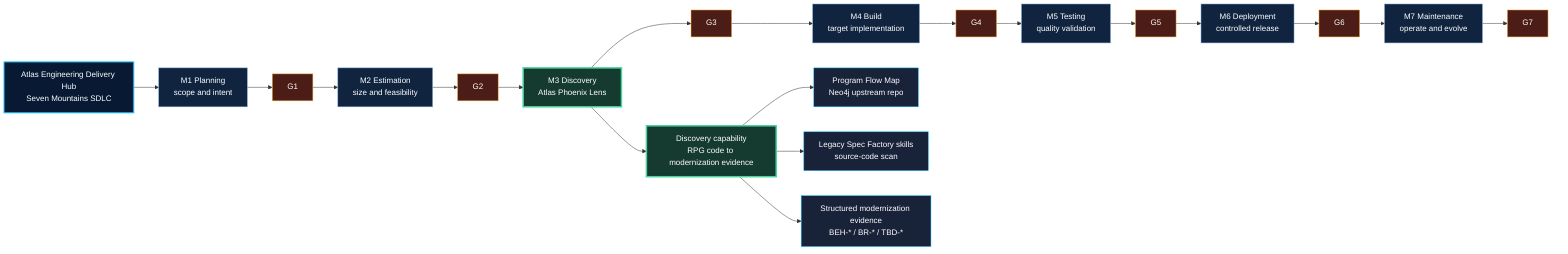
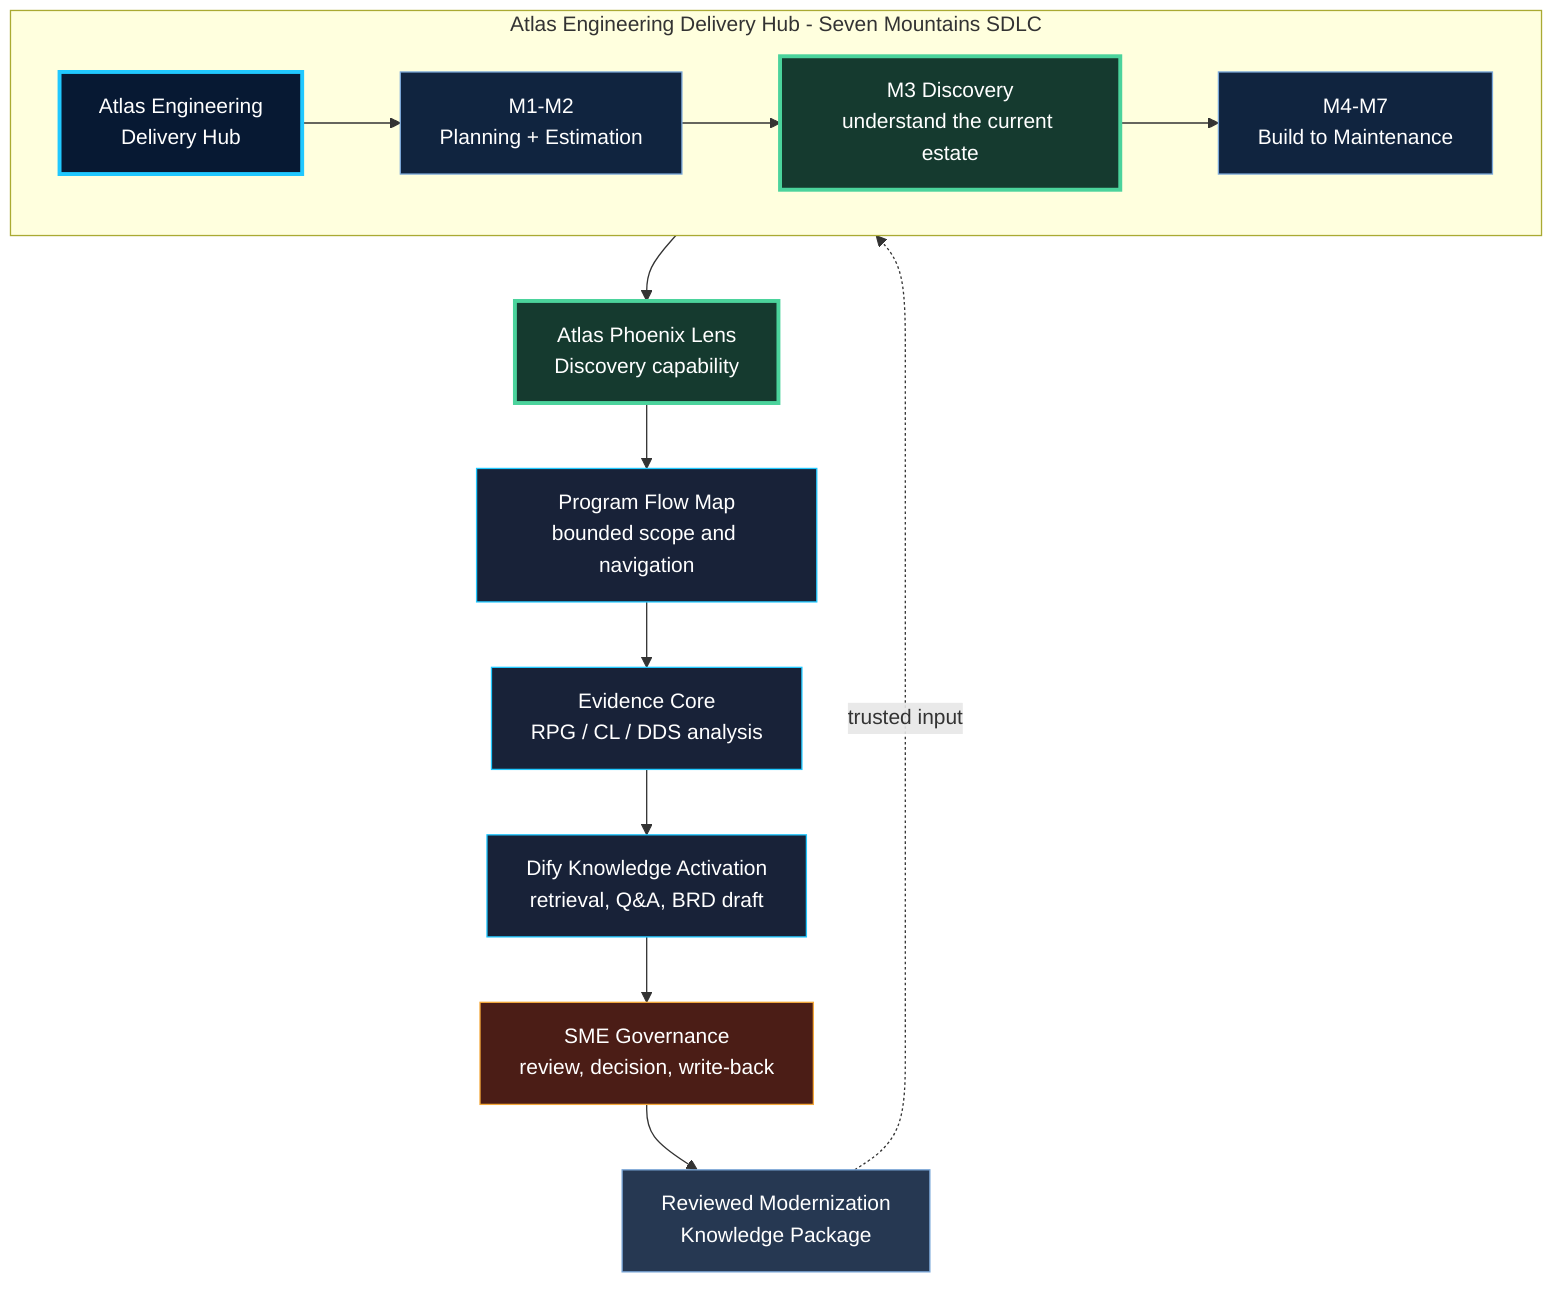
- flowchart LR
-   hub["Atlas Engineering Delivery Hub<br/>Seven Mountains SDLC"]
+ flowchart TB
+   subgraph lifecycle["Atlas Engineering Delivery Hub - Seven Mountains SDLC"]
+     direction LR
+     hub["Atlas Engineering<br/>Delivery Hub"]
+     early["M1-M2<br/>Planning + Estimation"]
+     m3["M3 Discovery<br/>understand the current estate"]
+     downstream["M4-M7<br/>Build to Maintenance"]
+     hub --> early --> m3 --> downstream
+   end

-   m1["M1 Planning<br/>scope and intent"]
-   m2["M2 Estimation<br/>size and feasibility"]
-   m3["M3 Discovery<br/>Atlas Phoenix Lens"]
-   m4["M4 Build<br/>target implementation"]
-   m5["M5 Testing<br/>quality validation"]
-   m6["M6 Deployment<br/>controlled release"]
-   m7["M7 Maintenance<br/>operate and evolve"]
+   m3 --> lens["Atlas Phoenix Lens<br/>Discovery capability"]
+   lens --> map["Program Flow Map<br/>bounded scope and navigation"]
+   map --> core["Evidence Core<br/>RPG / CL / DDS analysis"]
+   core --> dify["Dify Knowledge Activation<br/>retrieval, Q&A, BRD draft"]
+   dify --> sme["SME Governance<br/>review, decision, write-back"]
+   sme --> package["Reviewed Modernization<br/>Knowledge Package"]
+   package -. trusted input .-> downstream

-   g1["G1"]
-   g2["G2"]
-   g3["G3"]
-   g4["G4"]
-   g5["G5"]
-   g6["G6"]
-   g7["G7"]
- 
-   hub --> m1 --> g1 --> m2 --> g2 --> m3 --> g3 --> m4 --> g4 --> m5 --> g5 --> m6 --> g6 --> m7 --> g7
- 
-   m3 --> lens["Discovery capability<br/>RPG code to modernization evidence"]
-   lens --> flow["Program Flow Map<br/>Neo4j upstream repo"]
-   lens --> scan["Legacy Spec Factory skills<br/>source-code scan"]
-   lens --> evidence["Structured modernization evidence<br/>BEH-* / BR-* / TBD-*"]
- 
-   classDef hub fill:#071933,stroke:#20c8ff,color:#ffffff,stroke-width:2px
+   classDef hub fill:#071933,stroke:#20c8ff,color:#ffffff,stroke-width:3px
  classDef stage fill:#10243f,stroke:#7aa7d9,color:#ffffff
  classDef discovery fill:#153a2f,stroke:#4bd39c,color:#ffffff,stroke-width:3px
-   classDef gate fill:#4b1d16,stroke:#f4a83a,color:#ffffff
-   classDef output fill:#182238,stroke:#20c8ff,color:#ffffff
+   classDef component fill:#182238,stroke:#20c8ff,color:#ffffff
+   classDef governance fill:#4b1d16,stroke:#f4a83a,color:#ffffff
+   classDef output fill:#263852,stroke:#7aa7d9,color:#ffffff

  class hub hub
-   class m1,m2,m4,m5,m6,m7 stage
+   class early,downstream stage
  class m3,lens discovery
-   class g1,g2,g3,g4,g5,g6,g7 gate
-   class flow,scan,evidence output
+   class map,core,dify component
+   class sme governance
+   class package output
